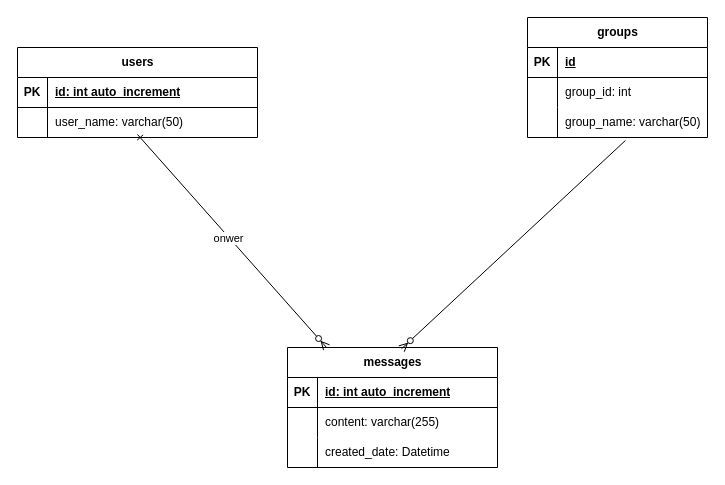
This is page "Database" (4 of 4) of ChatApplication.drawio from secretdeveloperisme/QtChatApp, a draw.io file, before an edit. Source tidied: cells renumbered, new cells numbered last; positions are measured from the earlier drawing's top-left corner, leaving out a move shared by most shapes. Both pictures are drawn from the tidied source at 100%, with x=0, y=0 at pixel (17, 17).
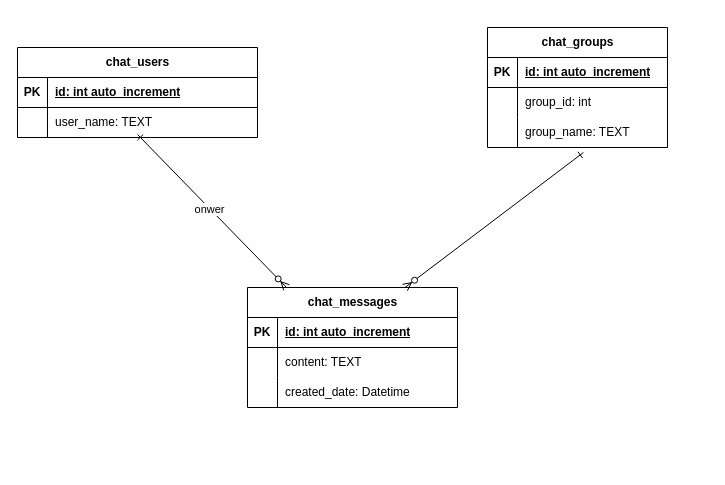
Above is the later version.

Unchanged cells that the change refers to:
```xml
<mxCell id="6" style="shape=tableRow;horizontal=0;startSize=0;swimlaneHead=0;swimlaneBody=0;fillColor=none;points=[[0,0.5],[1,0.5]];portConstraint=eastwest;top=0;left=0;right=0;bottom=0;" parent="2" vertex="1">
  <mxGeometry y="60" width="240" height="30" as="geometry" />
</mxCell>
<mxCell id="13" style="shape=tableRow;horizontal=0;startSize=0;swimlaneHead=0;swimlaneBody=0;fillColor=none;top=0;left=0;right=0;bottom=0;" parent="9" vertex="1">
  <mxGeometry y="60" width="210" height="30" as="geometry" />
</mxCell>
<mxCell id="20" style="shape=tableRow;horizontal=0;startSize=0;swimlaneHead=0;swimlaneBody=0;fillColor=none;top=0;left=0;right=0;bottom=1;" parent="19" vertex="1">
  <mxGeometry y="30" width="180" height="30" as="geometry" />
</mxCell>
<mxCell id="26" style="shape=tableRow;horizontal=0;startSize=0;swimlaneHead=0;swimlaneBody=0;fillColor=none;points=[[0,0.5],[1,0.5]];portConstraint=eastwest;top=0;left=0;right=0;bottom=0;" parent="19" vertex="1">
  <mxGeometry y="90" width="180" height="30" as="geometry" />
</mxCell>
```

Diff of the diagram source:
```diff
@@
-    <mxCell id="2" value="users" style="shape=table;startSize=30;childLayout=tableLayout;rowLines=0;fontStyle=1;align=center;html=1;" parent="1" vertex="1">
+    <mxCell id="2" value="chat_users" style="shape=table;startSize=30;childLayout=tableLayout;rowLines=0;fontStyle=1;align=center;html=1;" parent="1" vertex="1">
       <mxGeometry y="30" width="240" height="90" as="geometry" />
     </mxCell>
@@
-    <mxCell id="8" value="user_name: varchar(50)" style="shape=partialRectangle;fillColor=none;top=0;left=0;bottom=0;right=0;align=left;spacingLeft=6;overflow=hidden;whiteSpace=wrap;html=1;" parent="6" vertex="1">
+    <mxCell id="8" value="user_name: TEXT" style="shape=partialRectangle;fillColor=none;top=0;left=0;bottom=0;right=0;align=left;spacingLeft=6;overflow=hidden;whiteSpace=wrap;html=1;" parent="6" vertex="1">
       <mxGeometry x="30" width="210" height="30" as="geometry" />
     </mxCell>
-    <mxCell id="9" value="messages" style="shape=table;startSize=30;childLayout=tableLayout;rowLines=0;fontStyle=1;align=center;html=1;" parent="1" vertex="1">
-      <mxGeometry x="270" y="330" width="210" height="120" as="geometry" />
+    <mxCell id="9" value="chat_messages" style="shape=table;startSize=30;childLayout=tableLayout;rowLines=0;fontStyle=1;align=center;html=1;" parent="1" vertex="1">
+      <mxGeometry x="230" y="270" width="210" height="120" as="geometry" />
     </mxCell>
@@
-    <mxCell id="15" value="content: varchar(255)" style="shape=partialRectangle;fillColor=none;top=0;left=0;bottom=0;right=0;align=left;spacingLeft=6;overflow=hidden;whiteSpace=wrap;html=1;" parent="13" vertex="1">
+    <mxCell id="15" value="content: TEXT" style="shape=partialRectangle;fillColor=none;top=0;left=0;bottom=0;right=0;align=left;spacingLeft=6;overflow=hidden;whiteSpace=wrap;html=1;" parent="13" vertex="1">
       <mxGeometry x="30" width="180" height="30" as="geometry" />
     </mxCell>
@@
-    <mxCell id="19" value="groups" style="shape=table;startSize=30;childLayout=tableLayout;rowLines=0;fontStyle=1;align=center;html=1;" parent="1" vertex="1">
-      <mxGeometry x="510" width="180" height="120" as="geometry" />
+    <mxCell id="19" value="chat_groups" style="shape=table;startSize=30;childLayout=tableLayout;rowLines=0;fontStyle=1;align=center;html=1;" parent="1" vertex="1">
+      <mxGeometry x="470" y="10" width="180" height="120" as="geometry" />
     </mxCell>
@@
-    <mxCell id="22" value="id" style="shape=partialRectangle;fillColor=none;top=0;left=0;bottom=0;right=0;align=left;spacingLeft=6;fontStyle=5;overflow=hidden;whiteSpace=wrap;html=1;" parent="20" vertex="1">
+    <mxCell id="22" value="id: int auto_increment" style="shape=partialRectangle;fillColor=none;top=0;left=0;bottom=0;right=0;align=left;spacingLeft=6;fontStyle=5;overflow=hidden;whiteSpace=wrap;html=1;" parent="20" vertex="1">
       <mxGeometry x="30" width="150" height="30" as="geometry" />
     </mxCell>
@@
-    <mxCell id="28" value="group_name: varchar(50)&amp;nbsp;" style="shape=partialRectangle;fillColor=none;top=0;left=0;bottom=0;right=0;align=left;spacingLeft=6;overflow=hidden;whiteSpace=wrap;html=1;" parent="26" vertex="1">
+    <mxCell id="28" value="group_name: TEXT&amp;nbsp;" style="shape=partialRectangle;fillColor=none;top=0;left=0;bottom=0;right=0;align=left;spacingLeft=6;overflow=hidden;whiteSpace=wrap;html=1;" parent="26" vertex="1">
       <mxGeometry x="30" width="150" height="30" as="geometry" />
     </mxCell>
-    <mxCell id="29" style="fontSize=12;html=1;endArrow=ERzeroToMany;endFill=1;rounded=0;exitX=0.544;exitY=1.1;exitDx=0;exitDy=0;exitPerimeter=0;entryX=0.543;entryY=0.011;entryDx=0;entryDy=0;entryPerimeter=0;" parent="1" edge="1" source="26" target="9">
+    <mxCell id="29" style="fontSize=12;html=1;endArrow=ERzeroToMany;endFill=1;rounded=0;entryX=0.75;entryY=0;entryDx=0;entryDy=0;startArrow=ERone;startFill=0;exitX=0.533;exitY=1.167;exitDx=0;exitDy=0;exitPerimeter=0;" parent="1" edge="1" source="26" target="9">
       <mxGeometry relative="1" as="geometry" />
     </mxCell>
```
